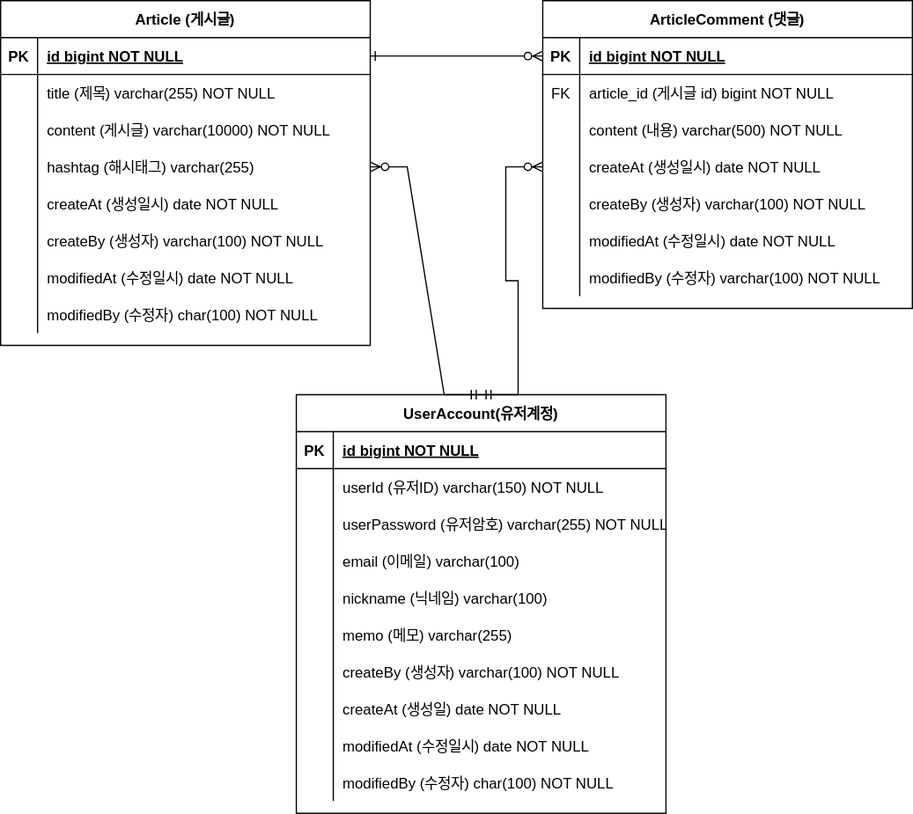
Earlier version of the draw.io export document/project-board-erd.svg (ssc73111/fc-project-board). Source tidied: cells renumbered, new cells last; positions are measured from the earlier drawing's top-left corner, leaving out a move shared by most shapes.
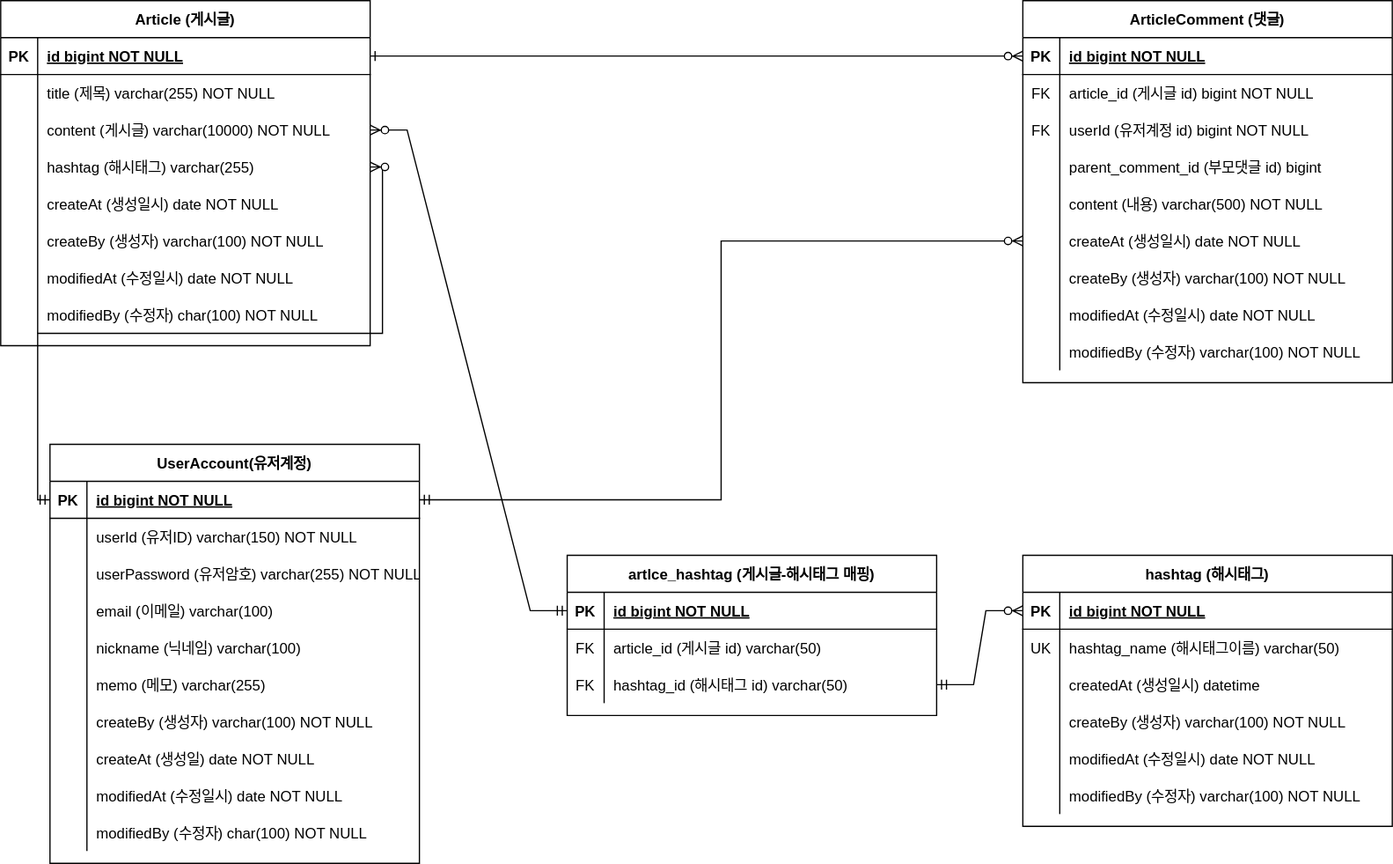
The same diagram one commit later.

The edit, as a diff of the source:
```diff
@@ -81,7 +81,7 @@
       <mxGeometry x="30" width="270" height="30" as="geometry" />
     </mxCell>
     <mxCell id="28" value="ArticleComment (댓글)" style="shape=table;startSize=30;rowLines=0;fontStyle=1;align=center;" parent="1" vertex="1">
-      <mxGeometry x="440" width="300" height="250" as="geometry" />
+      <mxGeometry x="830" width="300" height="310" as="geometry" />
     </mxCell>
     <mxCell id="29" style="shape=partialRectangle;fillColor=none;points=[[0,0.5],[1,0.5]];portConstraint=eastwest;top=0;left=0;right=0;bottom=1;" parent="28" vertex="1">
       <mxGeometry y="30" width="300" height="30" as="geometry" />
@@ -101,8 +101,26 @@
     <mxCell id="34" value="article_id (게시글 id) bigint NOT NULL" style="shape=partialRectangle;overflow=hidden;fillColor=none;top=0;left=0;bottom=0;right=0;align=left;spacingLeft=6;" parent="32" vertex="1">
       <mxGeometry x="30" width="270" height="30" as="geometry" />
     </mxCell>
+    <mxCell id="83" style="shape=partialRectangle;fillColor=none;top=0;left=0;right=0;bottom=0;" parent="28" vertex="1">
+      <mxGeometry y="90" width="300" height="30" as="geometry" />
+    </mxCell>
+    <mxCell id="84" value="FK" style="shape=partialRectangle;overflow=hidden;fillColor=none;top=0;left=0;bottom=0;right=0;" parent="83" vertex="1">
+      <mxGeometry width="30" height="30" as="geometry" />
+    </mxCell>
+    <mxCell id="85" value="userId (유저계정 id) bigint NOT NULL" style="shape=partialRectangle;overflow=hidden;fillColor=none;top=0;left=0;bottom=0;right=0;align=left;spacingLeft=6;" parent="83" vertex="1">
+      <mxGeometry x="30" width="270" height="30" as="geometry" />
+    </mxCell>
+    <mxCell id="86" style="shape=partialRectangle;fillColor=none;top=0;left=0;right=0;bottom=0;" parent="28" vertex="1">
+      <mxGeometry y="120" width="300" height="30" as="geometry" />
+    </mxCell>
+    <mxCell id="87" style="shape=partialRectangle;overflow=hidden;fillColor=none;top=0;left=0;bottom=0;right=0;" parent="86" vertex="1">
+      <mxGeometry width="30" height="30" as="geometry" />
+    </mxCell>
+    <mxCell id="88" value="parent_comment_id (부모댓글 id) bigint" style="shape=partialRectangle;overflow=hidden;fillColor=none;top=0;left=0;bottom=0;right=0;align=left;spacingLeft=6;" parent="86" vertex="1">
+      <mxGeometry x="30" width="270" height="30" as="geometry" />
+    </mxCell>
     <mxCell id="35" style="shape=partialRectangle;fillColor=none;top=0;left=0;right=0;bottom=0;" parent="28" vertex="1">
-      <mxGeometry y="90" width="300" height="30" as="geometry" />
+      <mxGeometry y="150" width="300" height="30" as="geometry" />
     </mxCell>
     <mxCell id="36" style="shape=partialRectangle;overflow=hidden;fillColor=none;top=0;left=0;bottom=0;right=0;" parent="35" vertex="1">
       <mxGeometry width="30" height="30" as="geometry" />
@@ -111,7 +129,7 @@
       <mxGeometry x="30" width="270" height="30" as="geometry" />
     </mxCell>
     <mxCell id="38" style="shape=partialRectangle;fillColor=none;points=[[0,0.5],[1,0.5]];portConstraint=eastwest;top=0;left=0;right=0;bottom=0;" parent="28" vertex="1">
-      <mxGeometry y="120" width="300" height="30" as="geometry" />
+      <mxGeometry y="180" width="300" height="30" as="geometry" />
     </mxCell>
     <mxCell id="39" style="shape=partialRectangle;overflow=hidden;fillColor=none;top=0;left=0;bottom=0;right=0;" parent="38" vertex="1">
       <mxGeometry width="30" height="30" as="geometry" />
@@ -120,7 +138,7 @@
       <mxGeometry x="30" width="270" height="30" as="geometry" />
     </mxCell>
     <mxCell id="41" style="shape=partialRectangle;fillColor=none;top=0;left=0;right=0;bottom=0;" parent="28" vertex="1">
-      <mxGeometry y="150" width="300" height="30" as="geometry" />
+      <mxGeometry y="210" width="300" height="30" as="geometry" />
     </mxCell>
     <mxCell id="42" style="shape=partialRectangle;overflow=hidden;fillColor=none;top=0;left=0;bottom=0;right=0;" parent="41" vertex="1">
       <mxGeometry width="30" height="30" as="geometry" />
@@ -129,7 +147,7 @@
       <mxGeometry x="30" width="270" height="30" as="geometry" />
     </mxCell>
     <mxCell id="44" style="shape=partialRectangle;fillColor=none;top=0;left=0;right=0;bottom=0;" parent="28" vertex="1">
-      <mxGeometry y="180" width="300" height="30" as="geometry" />
+      <mxGeometry y="240" width="300" height="30" as="geometry" />
     </mxCell>
     <mxCell id="45" style="shape=partialRectangle;overflow=hidden;fillColor=none;top=0;left=0;bottom=0;right=0;" parent="44" vertex="1">
       <mxGeometry width="30" height="30" as="geometry" />
@@ -138,7 +156,7 @@
       <mxGeometry x="30" width="270" height="30" as="geometry" />
     </mxCell>
     <mxCell id="47" style="shape=partialRectangle;fillColor=none;top=0;left=0;right=0;bottom=0;" parent="28" vertex="1">
-      <mxGeometry y="210" width="300" height="30" as="geometry" />
+      <mxGeometry y="270" width="300" height="30" as="geometry" />
     </mxCell>
     <mxCell id="48" style="shape=partialRectangle;overflow=hidden;fillColor=none;top=0;left=0;bottom=0;right=0;" parent="47" vertex="1">
       <mxGeometry width="30" height="30" as="geometry" />
@@ -147,7 +165,7 @@
       <mxGeometry x="30" width="270" height="30" as="geometry" />
     </mxCell>
     <mxCell id="50" value="UserAccount(유저계정)" style="shape=table;startSize=30;rowLines=0;fontStyle=1;align=center;" parent="1" vertex="1">
-      <mxGeometry x="240" y="320" width="300" height="340" as="geometry" />
+      <mxGeometry x="40" y="360" width="300" height="340" as="geometry" />
     </mxCell>
     <mxCell id="51" style="shape=partialRectangle;fillColor=none;points=[[0,0.5],[1,0.5]];portConstraint=eastwest;top=0;left=0;right=0;bottom=1;" parent="50" vertex="1">
       <mxGeometry y="30" width="300" height="30" as="geometry" />
@@ -239,16 +257,104 @@
     <mxCell id="80" value="modifiedBy (수정자) char(100) NOT NULL" style="shape=partialRectangle;overflow=hidden;fillColor=none;top=0;left=0;bottom=0;right=0;align=left;spacingLeft=6;" parent="78" vertex="1">
       <mxGeometry x="30" width="270" height="30" as="geometry" />
     </mxCell>
-    <mxCell id="81" style="edgeStyle=entityRelationEdgeStyle;fontSize=12;html=1;endArrow=ERzeroToMany;startArrow=ERmandOne;rounded=0;entryX=1;entryY=0.5;entryDx=0;entryDy=0;exitX=0.5;exitY=0;exitDx=0;exitDy=0;" parent="1" edge="1" source="50" target="13">
+    <mxCell id="81" style="edgeStyle=orthogonalEdgeStyle;fontSize=12;html=1;endArrow=ERzeroToMany;startArrow=ERmandOne;rounded=0;entryX=1;entryY=0.5;entryDx=0;entryDy=0;exitX=0;exitY=0.5;exitDx=0;exitDy=0;" parent="1" edge="1" source="51" target="13">
       <mxGeometry relative="1" as="geometry" />
     </mxCell>
-    <mxCell id="82" style="edgeStyle=entityRelationEdgeStyle;fontSize=12;html=1;endArrow=ERzeroToMany;startArrow=ERmandOne;rounded=0;entryX=0;entryY=0.5;entryDx=0;entryDy=0;" parent="1" edge="1" target="38">
-      <mxGeometry relative="1" as="geometry">
-        <mxPoint x="390" y="320" as="sourcePoint" />
-        <Array as="points">
-          <mxPoint x="440" y="130" />
-        </Array>
-      </mxGeometry>
+    <mxCell id="82" style="edgeStyle=orthogonalEdgeStyle;fontSize=12;html=1;endArrow=ERzeroToMany;startArrow=ERmandOne;rounded=0;entryX=0;entryY=0.5;entryDx=0;entryDy=0;exitX=1;exitY=0.5;exitDx=0;exitDy=0;" parent="1" edge="1" source="51" target="38">
+      <mxGeometry relative="1" as="geometry" />
     </mxCell>
+    <mxCell id="89" value="hashtag (해시태그)" style="shape=table;startSize=30;rowLines=0;fontStyle=1;align=center;" parent="1" vertex="1">
+      <mxGeometry x="830" y="450" width="300" height="220" as="geometry" />
+    </mxCell>
+    <mxCell id="90" style="shape=partialRectangle;fillColor=none;points=[[0,0.5],[1,0.5]];portConstraint=eastwest;top=0;left=0;right=0;bottom=1;" parent="89" vertex="1">
+      <mxGeometry y="30" width="300" height="30" as="geometry" />
+    </mxCell>
+    <mxCell id="91" value="PK" style="shape=partialRectangle;overflow=hidden;fillColor=none;top=0;left=0;bottom=0;right=0;fontStyle=1;" parent="90" vertex="1">
+      <mxGeometry width="30" height="30" as="geometry" />
+    </mxCell>
+    <mxCell id="92" value="id bigint NOT NULL " style="shape=partialRectangle;overflow=hidden;fillColor=none;top=0;left=0;bottom=0;right=0;align=left;spacingLeft=6;fontStyle=5;" parent="90" vertex="1">
+      <mxGeometry x="30" width="270" height="30" as="geometry" />
+    </mxCell>
+    <mxCell id="93" style="shape=partialRectangle;fillColor=none;top=0;left=0;right=0;bottom=0;" parent="89" vertex="1">
+      <mxGeometry y="60" width="300" height="30" as="geometry" />
+    </mxCell>
+    <mxCell id="94" value="UK" style="shape=partialRectangle;overflow=hidden;fillColor=none;top=0;left=0;bottom=0;right=0;" parent="93" vertex="1">
+      <mxGeometry width="30" height="30" as="geometry" />
+    </mxCell>
+    <mxCell id="95" value="hashtag_name (해시태그이름) varchar(50)" style="shape=partialRectangle;overflow=hidden;fillColor=none;top=0;left=0;bottom=0;right=0;align=left;spacingLeft=6;" parent="93" vertex="1">
+      <mxGeometry x="30" width="270" height="30" as="geometry" />
+    </mxCell>
+    <mxCell id="96" style="shape=partialRectangle;fillColor=none;top=0;left=0;right=0;bottom=0;" parent="89" vertex="1">
+      <mxGeometry y="90" width="300" height="30" as="geometry" />
+    </mxCell>
+    <mxCell id="97" style="shape=partialRectangle;overflow=hidden;fillColor=none;top=0;left=0;bottom=0;right=0;" parent="96" vertex="1">
+      <mxGeometry width="30" height="30" as="geometry" />
+    </mxCell>
+    <mxCell id="98" value="createdAt (생성일시) datetime" style="shape=partialRectangle;overflow=hidden;fillColor=none;top=0;left=0;bottom=0;right=0;align=left;spacingLeft=6;" parent="96" vertex="1">
+      <mxGeometry x="30" width="270" height="30" as="geometry" />
+    </mxCell>
+    <mxCell id="99" style="shape=partialRectangle;fillColor=none;top=0;left=0;right=0;bottom=0;" parent="89" vertex="1">
+      <mxGeometry y="120" width="300" height="30" as="geometry" />
+    </mxCell>
+    <mxCell id="100" style="shape=partialRectangle;overflow=hidden;fillColor=none;top=0;left=0;bottom=0;right=0;" parent="99" vertex="1">
+      <mxGeometry width="30" height="30" as="geometry" />
+    </mxCell>
+    <mxCell id="101" value="createBy (생성자) varchar(100) NOT NULL" style="shape=partialRectangle;overflow=hidden;fillColor=none;top=0;left=0;bottom=0;right=0;align=left;spacingLeft=6;" parent="99" vertex="1">
+      <mxGeometry x="30" width="270" height="30" as="geometry" />
+    </mxCell>
+    <mxCell id="102" style="shape=partialRectangle;fillColor=none;top=0;left=0;right=0;bottom=0;" parent="89" vertex="1">
+      <mxGeometry y="150" width="300" height="30" as="geometry" />
+    </mxCell>
+    <mxCell id="103" style="shape=partialRectangle;overflow=hidden;fillColor=none;top=0;left=0;bottom=0;right=0;" parent="102" vertex="1">
+      <mxGeometry width="30" height="30" as="geometry" />
+    </mxCell>
+    <mxCell id="104" value="modifiedAt (수정일시) date NOT NULL" style="shape=partialRectangle;overflow=hidden;fillColor=none;top=0;left=0;bottom=0;right=0;align=left;spacingLeft=6;" parent="102" vertex="1">
+      <mxGeometry x="30" width="270" height="30" as="geometry" />
+    </mxCell>
+    <mxCell id="105" style="shape=partialRectangle;fillColor=none;top=0;left=0;right=0;bottom=0;" parent="89" vertex="1">
+      <mxGeometry y="180" width="300" height="30" as="geometry" />
+    </mxCell>
+    <mxCell id="106" style="shape=partialRectangle;overflow=hidden;fillColor=none;top=0;left=0;bottom=0;right=0;" parent="105" vertex="1">
+      <mxGeometry width="30" height="30" as="geometry" />
+    </mxCell>
+    <mxCell id="107" value="modifiedBy (수정자) varchar(100) NOT NULL" style="shape=partialRectangle;overflow=hidden;fillColor=none;top=0;left=0;bottom=0;right=0;align=left;spacingLeft=6;" parent="105" vertex="1">
+      <mxGeometry x="30" width="270" height="30" as="geometry" />
+    </mxCell>
+    <mxCell id="108" value="artlce_hashtag (게시글-해시태그 매핑)" style="shape=table;startSize=30;rowLines=0;fontStyle=1;align=center;" parent="1" vertex="1">
+      <mxGeometry x="460" y="450" width="300" height="130" as="geometry" />
+    </mxCell>
+    <mxCell id="109" style="shape=partialRectangle;fillColor=none;points=[[0,0.5],[1,0.5]];portConstraint=eastwest;top=0;left=0;right=0;bottom=1;" parent="108" vertex="1">
+      <mxGeometry y="30" width="300" height="30" as="geometry" />
+    </mxCell>
+    <mxCell id="110" value="PK" style="shape=partialRectangle;overflow=hidden;fillColor=none;top=0;left=0;bottom=0;right=0;fontStyle=1;" parent="109" vertex="1">
+      <mxGeometry width="30" height="30" as="geometry" />
+    </mxCell>
+    <mxCell id="111" value="id bigint NOT NULL " style="shape=partialRectangle;overflow=hidden;fillColor=none;top=0;left=0;bottom=0;right=0;align=left;spacingLeft=6;fontStyle=5;" parent="109" vertex="1">
+      <mxGeometry x="30" width="270" height="30" as="geometry" />
+    </mxCell>
+    <mxCell id="112" style="shape=partialRectangle;fillColor=none;top=0;left=0;right=0;bottom=0;" parent="108" vertex="1">
+      <mxGeometry y="60" width="300" height="30" as="geometry" />
+    </mxCell>
+    <mxCell id="113" value="FK" style="shape=partialRectangle;overflow=hidden;fillColor=none;top=0;left=0;bottom=0;right=0;" parent="112" vertex="1">
+      <mxGeometry width="30" height="30" as="geometry" />
+    </mxCell>
+    <mxCell id="114" value="article_id (게시글 id) varchar(50)" style="shape=partialRectangle;overflow=hidden;fillColor=none;top=0;left=0;bottom=0;right=0;align=left;spacingLeft=6;" parent="112" vertex="1">
+      <mxGeometry x="30" width="270" height="30" as="geometry" />
+    </mxCell>
+    <mxCell id="115" style="shape=partialRectangle;fillColor=none;points=[[0,0.5],[1,0.5]];portConstraint=eastwest;top=0;left=0;right=0;bottom=0;" parent="108" vertex="1">
+      <mxGeometry y="90" width="300" height="30" as="geometry" />
+    </mxCell>
+    <mxCell id="116" value="FK" style="shape=partialRectangle;overflow=hidden;fillColor=none;top=0;left=0;bottom=0;right=0;" parent="115" vertex="1">
+      <mxGeometry width="30" height="30" as="geometry" />
+    </mxCell>
+    <mxCell id="117" value="hashtag_id (해시태그 id) varchar(50)" style="shape=partialRectangle;overflow=hidden;fillColor=none;top=0;left=0;bottom=0;right=0;align=left;spacingLeft=6;" parent="115" vertex="1">
+      <mxGeometry x="30" width="270" height="30" as="geometry" />
+    </mxCell>
+    <mxCell id="118" style="edgeStyle=entityRelationEdgeStyle;fontSize=12;html=1;endArrow=ERzeroToMany;startArrow=ERmandOne;rounded=0;entryX=1;entryY=0.5;entryDx=0;entryDy=0;exitX=0;exitY=0.5;exitDx=0;exitDy=0;" parent="1" edge="1" source="109" target="10">
+      <mxGeometry relative="1" as="geometry" />
+    </mxCell>
+    <mxCell id="119" style="edgeStyle=entityRelationEdgeStyle;fontSize=12;html=1;endArrow=ERzeroToMany;startArrow=ERmandOne;rounded=0;entryX=0;entryY=0.5;entryDx=0;entryDy=0;exitX=1;exitY=0.5;exitDx=0;exitDy=0;" parent="1" edge="1" source="115" target="90">
+      <mxGeometry relative="1" as="geometry" />
+    </mxCell>
   </root>
 </mxGraphModel>
```
